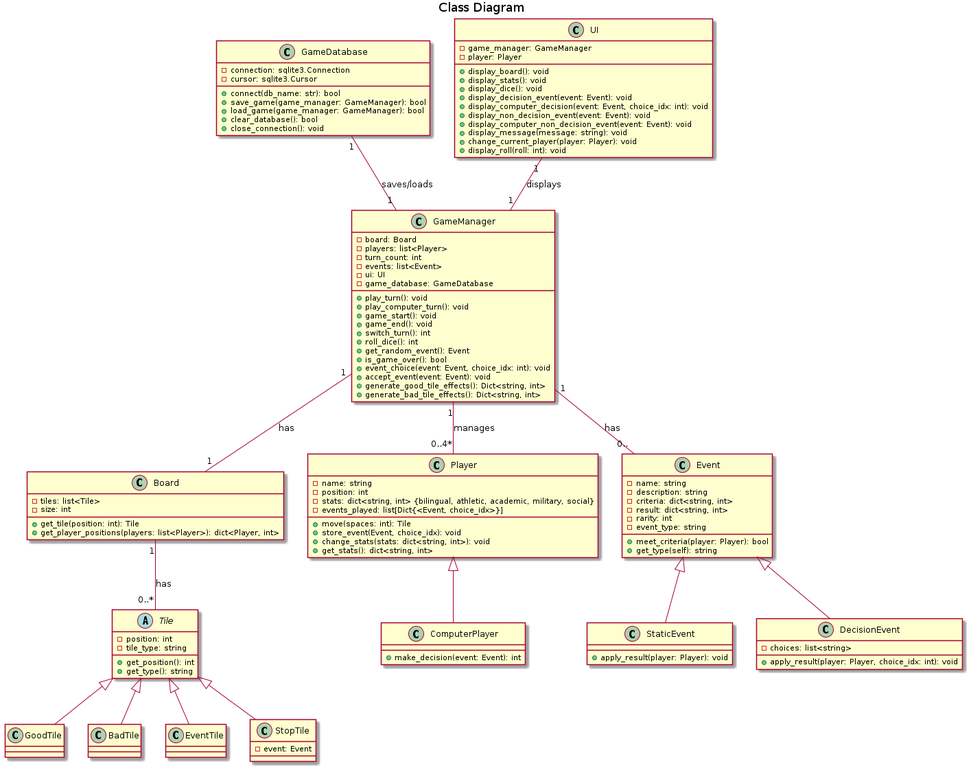
The PlantUML diagram diagrams/class_diagram.png in CSE-362-2025/BoardGameProject, before a commit.
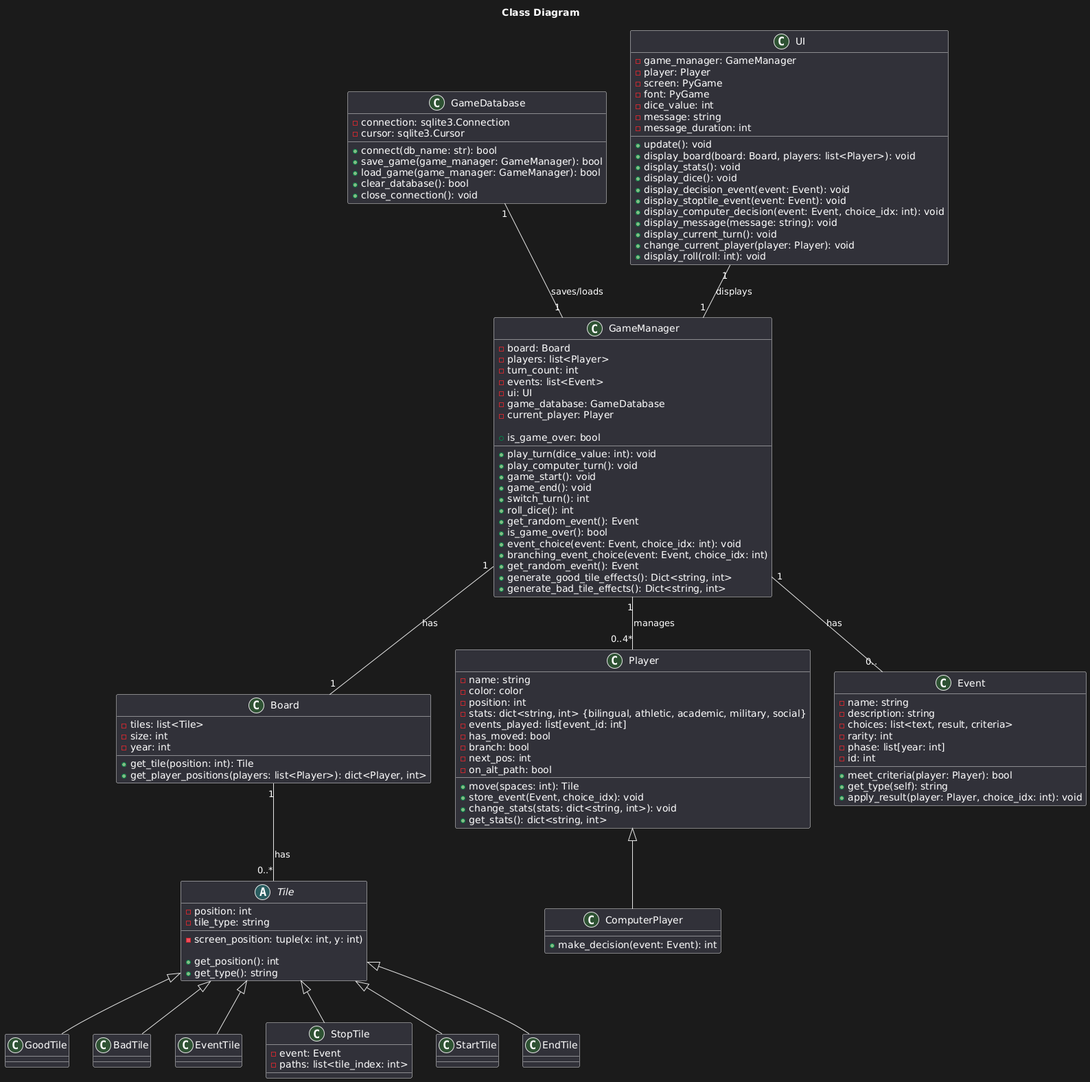
The same file after the commit.

The edit, as a diff of the source:
```diff
@@ -1,4 +1,4 @@
-@startuml class_diagram
+@startuml
 title "Class Diagram"
 
 class GameDatabase {
@@ -18,6 +18,7 @@
 
     - tiles: list<Tile>
     - size: int
+    - year: int
 
     + get_tile(position: int): Tile
     + get_player_positions(players: list<Player>): dict<Player, int>
@@ -27,6 +28,7 @@
 
     - position: int
     - tile_type: string
+    - screen_position: tuple(x: int, y: int)
 
     + get_position(): int
     + get_type(): string
@@ -43,15 +45,27 @@
 
 class StopTile {
     - event: Event
+    - paths: list<tile_index: int>
 
+}
+
+class StartTile {
+}
+
+class EndTile {
 }
 
 class Player {
 
     - name: string
+    - color: color
     - position: int
     - stats: dict<string, int> {bilingual, athletic, academic, military, social}
-    - events_played: list[Dict{<Event, choice_idx>}]
+    - events_played: list[event_id: int]
+    - has_moved: bool
+    - branch: bool
+    - next_pos: int
+    - on_alt_path: bool
 
     + move(spaces: int): Tile
     + store_event(Event, choice_idx): void
@@ -69,23 +83,13 @@
 
     - name: string
     - description: string
-    - criteria: dict<string, int>
-    - result: dict<string, int>
+    - choices: list<text, result, criteria>
     - rarity: int
-    - event_type: string
+    - phase: list[year: int]
+    - id: int
 
     + meet_criteria(player: Player): bool
     + get_type(self): string
-}
-
-class StaticEvent {
-
-    + apply_result(player: Player): void
-}
-
-class DecisionEvent {
-    - choices: list<string>
-
     + apply_result(player: Player, choice_idx: int): void
 }
 
@@ -98,8 +102,9 @@
     - events: list<Event>
     - ui: UI
     - game_database: GameDatabase
+    - current_player: Player
 
-    + play_turn(): void
+    + play_turn(dice_value: int): void
     + play_computer_turn(): void
     + game_start(): void
     + game_end(): void
@@ -108,7 +113,9 @@
     + get_random_event(): Event
     + is_game_over(): bool
     + event_choice(event: Event, choice_idx: int): void
-    + accept_event(event: Event): void
+    + branching_event_choice(event: Event, choice_idx: int)
+    + get_random_event(): Event
+    + is_game_over: bool
     + generate_good_tile_effects(): Dict<string, int>
     + generate_bad_tile_effects(): Dict<string, int>
 }
@@ -117,15 +124,21 @@
 
     - game_manager: GameManager
     - player: Player
+    - screen: PyGame
+    - font: PyGame
+    - dice_value: int
+    - message: string
+    - message_duration: int
 
-    + display_board(): void
+    + update(): void
+    + display_board(board: Board, players: list<Player>): void
     + display_stats(): void
     + display_dice(): void
     + display_decision_event(event: Event): void
+    + display_stoptile_event(event: Event): void
     + display_computer_decision(event: Event, choice_idx: int): void
-    + display_non_decision_event(event: Event): void
-    + display_computer_non_decision_event(event: Event): void
     + display_message(message: string): void
+    + display_current_turn(): void
     + change_current_player(player: Player): void
     + display_roll(roll: int): void
 }
@@ -142,9 +155,7 @@
 Tile <|-- BadTile
 Tile <|-- EventTile
 Tile <|-- StopTile
-Event <|-- StaticEvent
-Event <|-- DecisionEvent
+Tile <|-- StartTile
+Tile <|-- EndTile
 Player <|-- ComputerPlayer
-
-
 @enduml
```
